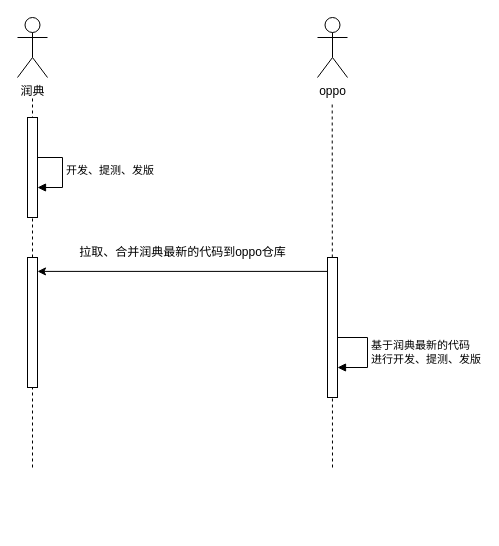
Hantron/jira keeps this draw.io diagram as 润典协作模式.drawio. Above is the earlier version. Source tidied: cells renumbered, new cells numbered last; positions are measured from the earlier drawing's top-left corner, leaving out a move shared by most shapes. Both pictures are drawn from the tidied source at 100%, with x=0, y=0 at pixel (17, 17).
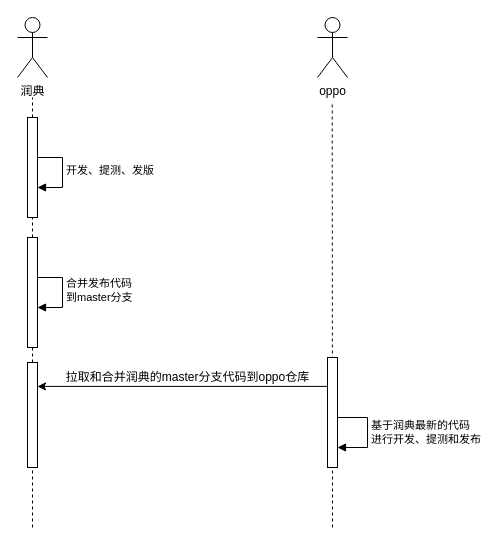
After the change.

Commit message (it also covers changes not shown here):
更新润典协作模式.drawio

The edit, as a diff of the source:
```diff
@@
-    <mxCell id="2" value="开发、提测、发版" style="html=1;align=left;spacingLeft=2;endArrow=block;rounded=0;edgeStyle=orthogonalEdgeStyle;curved=0;rounded=0;" parent="1" edge="1" target="7">
+    <mxCell id="2" value="开发、提测、发版" style="html=1;align=left;spacingLeft=2;endArrow=block;rounded=0;edgeStyle=orthogonalEdgeStyle;curved=0;rounded=0;" parent="1" edge="1" target="16">
       <mxGeometry relative="1" as="geometry">
         <mxPoint x="15" y="140" as="sourcePoint" />
         <Array as="points">
           <mxPoint x="45" y="170" />
         </Array>
       </mxGeometry>
     </mxCell>
@@
-    <mxCell id="5" style="endArrow=none;dashed=1;html=1;rounded=0;" parent="1" edge="1">
-      <mxGeometry relative="1" as="geometry">
-        <mxPoint x="315" y="450" as="sourcePoint" />
-        <mxPoint x="314.7" y="84" as="targetPoint" />
-      </mxGeometry>
-    </mxCell>
-    <mxCell id="6" style="endArrow=none;dashed=1;html=1;rounded=0;" parent="1" edge="1" source="9">
-      <mxGeometry relative="1" as="geometry">
-        <mxPoint x="15" y="80" as="targetPoint" />
-      </mxGeometry>
-    </mxCell>
-    <mxCell id="7" style="html=1;points=[[0,0,0,0,5],[0,1,0,0,-5],[1,0,0,0,5],[1,1,0,0,-5]];perimeter=orthogonalPerimeter;outlineConnect=0;targetShapes=umlLifeline;portConstraint=eastwest;newEdgeStyle={&quot;curved&quot;:0,&quot;rounded&quot;:0};" parent="1" vertex="1">
-      <mxGeometry x="10" y="100" width="10" height="100" as="geometry" />
-    </mxCell>
-    <mxCell id="8" style="endArrow=none;dashed=1;html=1;rounded=0;" parent="1" edge="1" target="9">
-      <mxGeometry relative="1" as="geometry">
-        <mxPoint x="15" y="450" as="sourcePoint" />
-      </mxGeometry>
-    </mxCell>
-    <mxCell id="9" style="html=1;points=[[0,0,0,0,5],[0,1,0,0,-5],[1,0,0,0,5],[1,1,0,0,-5]];perimeter=orthogonalPerimeter;outlineConnect=0;targetShapes=umlLifeline;portConstraint=eastwest;newEdgeStyle={&quot;curved&quot;:0,&quot;rounded&quot;:0};" parent="1" vertex="1">
-      <mxGeometry x="10" y="240" width="10" height="130" as="geometry" />
-    </mxCell>
-    <mxCell id="10" style="endArrow=classic;endFill=1;html=1;rounded=0;" parent="1" edge="1" target="9">
-      <mxGeometry relative="1" as="geometry">
-        <mxPoint x="310" y="253.9" as="sourcePoint" />
-      </mxGeometry>
-    </mxCell>
-    <mxCell id="11" value="拉取、合并润典最新的代码到oppo仓库" style="text;html=1;align=center;verticalAlign=middle;strokeColor=none;fillColor=none;" parent="1" vertex="1">
-      <mxGeometry x="50" y="220" width="230" height="30" as="geometry" />
-    </mxCell>
-    <mxCell id="12" style="html=1;points=[[0,0,0,0,5],[0,1,0,0,-5],[1,0,0,0,5],[1,1,0,0,-5]];perimeter=orthogonalPerimeter;outlineConnect=0;targetShapes=umlLifeline;portConstraint=eastwest;newEdgeStyle={&quot;curved&quot;:0,&quot;rounded&quot;:0};" parent="1" vertex="1">
-      <mxGeometry x="310" y="240" width="10" height="140" as="geometry" />
-    </mxCell>
-    <mxCell id="13" value="基于润典最新的代码&lt;div&gt;进行开发、提测、发版&lt;/div&gt;" style="html=1;align=left;spacingLeft=2;endArrow=block;rounded=0;edgeStyle=orthogonalEdgeStyle;curved=0;rounded=0;" parent="1" edge="1" target="12">
-      <mxGeometry relative="1" as="geometry">
-        <mxPoint x="320" y="320" as="sourcePoint" />
-        <Array as="points">
-          <mxPoint x="350" y="320" />
-          <mxPoint x="350" y="350" />
-        </Array>
-      </mxGeometry>
-    </mxCell>
+    <mxCell id="14" style="endArrow=none;dashed=1;html=1;rounded=0;" parent="1" edge="1">
+      <mxGeometry relative="1" as="geometry">
+        <mxPoint x="315" y="510" as="sourcePoint" />
+        <mxPoint x="314.7" y="84" as="targetPoint" />
+      </mxGeometry>
+    </mxCell>
+    <mxCell id="15" style="endArrow=none;dashed=1;html=1;rounded=0;" parent="1" edge="1">
+      <mxGeometry relative="1" as="geometry">
+        <mxPoint x="15" y="220" as="sourcePoint" />
+        <mxPoint x="15" y="80" as="targetPoint" />
+      </mxGeometry>
+    </mxCell>
+    <mxCell id="16" style="html=1;points=[[0,0,0,0,5],[0,1,0,0,-5],[1,0,0,0,5],[1,1,0,0,-5]];perimeter=orthogonalPerimeter;outlineConnect=0;targetShapes=umlLifeline;portConstraint=eastwest;newEdgeStyle={&quot;curved&quot;:0,&quot;rounded&quot;:0};" parent="1" vertex="1">
+      <mxGeometry x="10" y="100" width="10" height="100" as="geometry" />
+    </mxCell>
+    <mxCell id="17" style="endArrow=none;dashed=1;html=1;rounded=0;" parent="1" edge="1" source="26" target="23">
+      <mxGeometry relative="1" as="geometry" />
+    </mxCell>
+    <mxCell id="18" style="endArrow=classic;endFill=1;html=1;rounded=0;" parent="1" edge="1">
+      <mxGeometry relative="1" as="geometry">
+        <mxPoint x="20" y="368.9" as="sourcePoint" />
+        <mxPoint x="20" y="368.9" as="targetPoint" />
+      </mxGeometry>
+    </mxCell>
+    <mxCell id="19" value="拉取和合并润典的master分支代码到oppo仓库" style="text;html=1;align=center;verticalAlign=middle;strokeColor=none;fillColor=none;" parent="1" vertex="1">
+      <mxGeometry x="35" y="345" width="270" height="30" as="geometry" />
+    </mxCell>
+    <mxCell id="20" style="html=1;perimeter=orthogonalPerimeter;targetShapes=umlLifeline;newEdgeStyle={&quot;curved&quot;:0,&quot;rounded&quot;:0};" parent="1" vertex="1">
+      <mxGeometry x="310" y="340" width="10" height="110" as="geometry" />
+    </mxCell>
+    <mxCell id="21" value="基于润典最新的代码&lt;div&gt;进行开发、提测和发布&lt;/div&gt;" style="html=1;align=left;spacingLeft=2;endArrow=block;rounded=0;edgeStyle=orthogonalEdgeStyle;curved=0;rounded=0;" parent="1" edge="1">
+      <mxGeometry relative="1" as="geometry">
+        <mxPoint x="320" y="400" as="sourcePoint" />
+        <mxPoint x="320" y="430" as="targetPoint" />
+        <Array as="points">
+          <mxPoint x="350" y="400" />
+          <mxPoint x="350" y="430" />
+        </Array>
+      </mxGeometry>
+    </mxCell>
+    <mxCell id="22" value="合并发布代码&lt;div&gt;到master分支&lt;/div&gt;" style="html=1;align=left;spacingLeft=2;endArrow=block;rounded=0;edgeStyle=orthogonalEdgeStyle;curved=0;rounded=0;" parent="1" edge="1" target="23">
+      <mxGeometry relative="1" as="geometry">
+        <mxPoint x="15" y="260" as="sourcePoint" />
+        <Array as="points">
+          <mxPoint x="45" y="290" />
+        </Array>
+      </mxGeometry>
+    </mxCell>
+    <mxCell id="23" style="html=1;points=[[0,0,0,0,5],[0,1,0,0,-5],[1,0,0,0,5],[1,1,0,0,-5]];perimeter=orthogonalPerimeter;outlineConnect=0;targetShapes=umlLifeline;portConstraint=eastwest;newEdgeStyle={&quot;curved&quot;:0,&quot;rounded&quot;:0};" parent="1" vertex="1">
+      <mxGeometry x="10" y="220" width="10" height="110" as="geometry" />
+    </mxCell>
+    <mxCell id="24" style="endArrow=none;dashed=1;html=1;rounded=0;" parent="1" edge="1" target="26">
+      <mxGeometry relative="1" as="geometry">
+        <mxPoint x="15" y="510" as="sourcePoint" />
+      </mxGeometry>
+    </mxCell>
+    <mxCell id="25" style="endArrow=classic;endFill=1;html=1;rounded=0;" parent="1" edge="1">
+      <mxGeometry relative="1" as="geometry">
+        <mxPoint x="310" y="368.9" as="sourcePoint" />
+        <mxPoint x="20" y="368.9" as="targetPoint" />
+      </mxGeometry>
+    </mxCell>
+    <mxCell id="26" style="html=1;points=[[0,0,0,0,5],[0,1,0,0,-5],[1,0,0,0,5],[1,1,0,0,-5]];perimeter=orthogonalPerimeter;outlineConnect=0;targetShapes=umlLifeline;portConstraint=eastwest;newEdgeStyle={&quot;curved&quot;:0,&quot;rounded&quot;:0};" parent="1" vertex="1">
+      <mxGeometry x="10" y="345" width="10" height="105" as="geometry" />
+    </mxCell>
```
